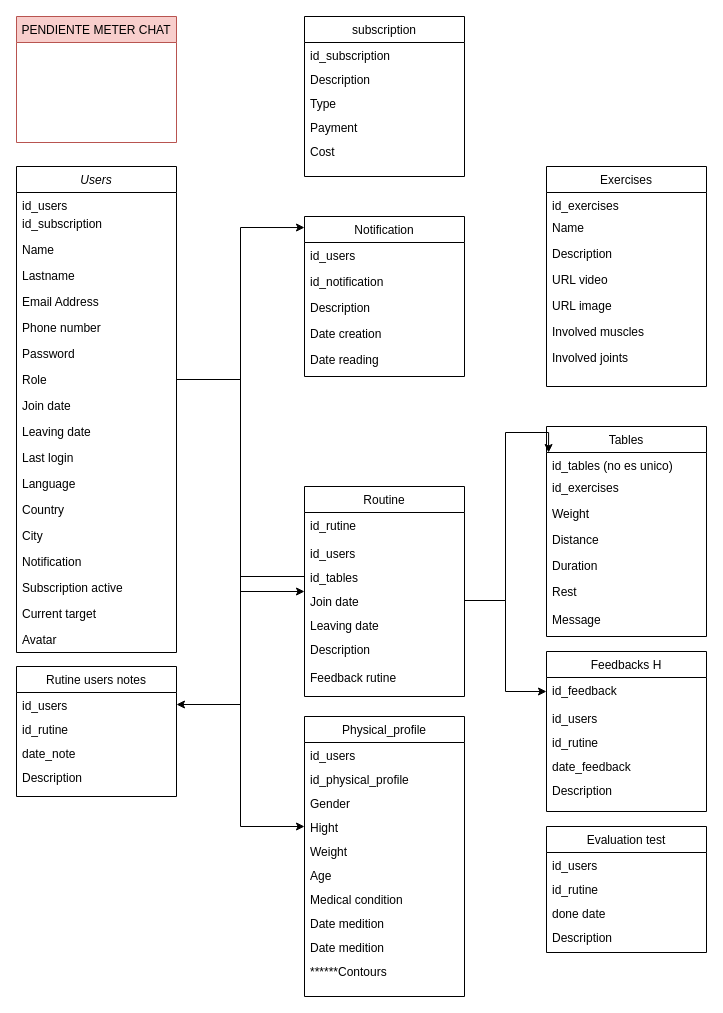
This is MarkFit-BD.drawio from xswt/MarcFitT, a draw.io file, before an edit. Source tidied: cells renumbered, new cells numbered last; positions are measured from the earlier drawing's top-left corner, leaving out a move shared by most shapes. Both pictures are drawn from the tidied source at 100%, with x=0, y=0 at pixel (16, 16).
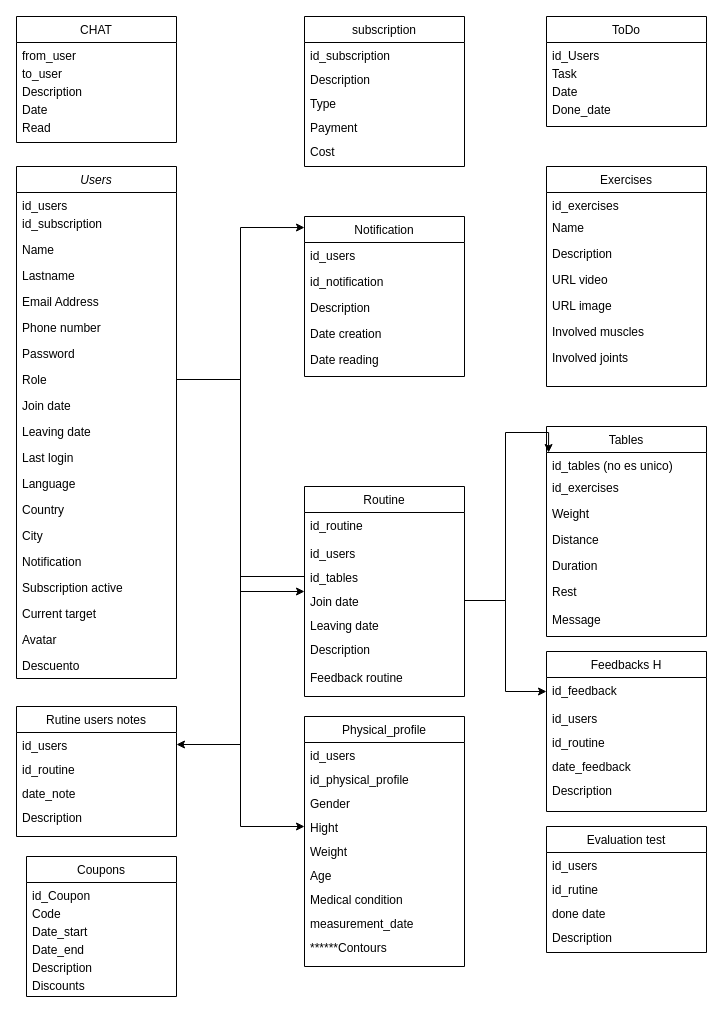
After the change.

The change refers to these unchanged cells:
```xml
<mxCell id="50" value="Routine" style="swimlane;fontStyle=0;align=center;verticalAlign=top;horizontal=1;startSize=26;rounded=0;shadow=0;strokeWidth=1;" parent="1" vertex="1">
  <mxGeometry x="288" y="470" width="160" height="210" as="geometry" />
</mxCell>
<mxCell id="77" value="Feedbacks H" style="swimlane;fontStyle=0;align=center;verticalAlign=top;horizontal=1;startSize=26;rounded=0;shadow=0;strokeWidth=1;" parent="1" vertex="1">
  <mxGeometry x="530" y="635" width="160" height="160" as="geometry" />
</mxCell>
```

Change to the diagram source:
```diff
@@
     <mxCell id="2" value="Users" style="swimlane;fontStyle=2;align=center;verticalAlign=top;horizontal=1;startSize=26;rounded=0;shadow=0;strokeWidth=1;" parent="1" vertex="1">
-      <mxGeometry y="150" width="160" height="486" as="geometry" />
+      <mxGeometry y="150" width="160" height="512" as="geometry" />
     </mxCell>
@@
+    <mxCell id="91" value="Descuento" style="text;align=left;verticalAlign=top;spacingLeft=4;spacingRight=4;overflow=hidden;" parent="2" vertex="1">
+      <mxGeometry y="486" width="160" height="26" as="geometry" />
+    </mxCell>
@@
     <mxCell id="29" value="subscription" style="swimlane;fontStyle=0;align=center;verticalAlign=top;horizontal=1;startSize=26;rounded=0;shadow=0;strokeWidth=1;" parent="1" vertex="1">
-      <mxGeometry x="288" width="160" height="160" as="geometry" />
+      <mxGeometry x="288" width="160" height="150" as="geometry" />
     </mxCell>
@@
-    <mxCell id="51" value="id_rutine" style="text;align=left;verticalAlign=top;spacingLeft=4;spacingRight=4;overflow=hidden;" parent="50" vertex="1">
+    <mxCell id="51" value="id_routine" style="text;align=left;verticalAlign=top;spacingLeft=4;spacingRight=4;overflow=hidden;" parent="50" vertex="1">
       <mxGeometry y="26" width="160" height="28" as="geometry" />
     </mxCell>
@@
-    <mxCell id="57" value="Feedback rutine" style="text;align=left;verticalAlign=top;spacingLeft=4;spacingRight=4;overflow=hidden;" parent="50" vertex="1">
+    <mxCell id="57" value="Feedback routine" style="text;align=left;verticalAlign=top;spacingLeft=4;spacingRight=4;overflow=hidden;" parent="50" vertex="1">
       <mxGeometry y="178" width="160" height="28" as="geometry" />
     </mxCell>
@@
     <mxCell id="60" value="Physical_profile" style="swimlane;fontStyle=0;align=center;verticalAlign=top;horizontal=1;startSize=26;rounded=0;shadow=0;strokeWidth=1;" parent="1" vertex="1">
-      <mxGeometry x="288" y="700" width="160" height="280" as="geometry" />
+      <mxGeometry x="288" y="700" width="160" height="250" as="geometry" />
     </mxCell>
@@
-    <mxCell id="68" value="Date medition" style="text;align=left;verticalAlign=top;spacingLeft=4;spacingRight=4;overflow=hidden;" parent="60" vertex="1">
+    <mxCell id="68" value="measurement_date" style="text;align=left;verticalAlign=top;spacingLeft=4;spacingRight=4;overflow=hidden;" parent="60" vertex="1">
       <mxGeometry y="194" width="160" height="24" as="geometry" />
     </mxCell>
-    <mxCell id="69" value="Date medition" style="text;align=left;verticalAlign=top;spacingLeft=4;spacingRight=4;overflow=hidden;" parent="60" vertex="1">
-      <mxGeometry y="218" width="160" height="24" as="geometry" />
-    </mxCell>
     <mxCell id="70" value="******Contours" style="text;align=left;verticalAlign=top;spacingLeft=4;spacingRight=4;overflow=hidden;" parent="60" vertex="1">
-      <mxGeometry y="242" width="160" height="24" as="geometry" />
+      <mxGeometry y="218" width="160" height="24" as="geometry" />
     </mxCell>
@@
-    <mxCell id="80" value="id_rutine" style="text;align=left;verticalAlign=top;spacingLeft=4;spacingRight=4;overflow=hidden;" parent="77" vertex="1">
+    <mxCell id="80" value="id_routine" style="text;align=left;verticalAlign=top;spacingLeft=4;spacingRight=4;overflow=hidden;" parent="77" vertex="1">
       <mxGeometry y="78" width="160" height="24" as="geometry" />
     </mxCell>
@@
     <mxCell id="83" value="Rutine users notes" style="swimlane;fontStyle=0;align=center;verticalAlign=top;horizontal=1;startSize=26;rounded=0;shadow=0;strokeWidth=1;" parent="1" vertex="1">
-      <mxGeometry y="650" width="160" height="130" as="geometry" />
+      <mxGeometry y="690" width="160" height="130" as="geometry" />
     </mxCell>
@@
-    <mxCell id="85" value="id_rutine" style="text;align=left;verticalAlign=top;spacingLeft=4;spacingRight=4;overflow=hidden;" parent="83" vertex="1">
+    <mxCell id="85" value="id_routine" style="text;align=left;verticalAlign=top;spacingLeft=4;spacingRight=4;overflow=hidden;" parent="83" vertex="1">
       <mxGeometry y="50" width="160" height="24" as="geometry" />
     </mxCell>
@@
-    <mxCell id="90" value="PENDIENTE METER CHAT" style="swimlane;fontStyle=0;align=center;verticalAlign=top;horizontal=1;startSize=26;rounded=0;shadow=0;strokeWidth=1;fillColor=#f8cecc;strokeColor=#b85450;" parent="1" vertex="1">
+    <mxCell id="90" value="CHAT" style="swimlane;fontStyle=0;align=center;verticalAlign=top;horizontal=1;startSize=26;rounded=0;shadow=0;strokeWidth=1;" parent="1" vertex="1">
       <mxGeometry width="160" height="126" as="geometry" />
     </mxCell>
+    <mxCell id="92" value="from_user" style="text;align=left;verticalAlign=top;spacingLeft=4;spacingRight=4;overflow=hidden;" parent="90" vertex="1">
+      <mxGeometry y="26" width="160" height="18" as="geometry" />
+    </mxCell>
+    <mxCell id="93" value="to_user" style="text;align=left;verticalAlign=top;spacingLeft=4;spacingRight=4;overflow=hidden;" parent="90" vertex="1">
+      <mxGeometry y="44" width="160" height="18" as="geometry" />
+    </mxCell>
+    <mxCell id="94" value="Description" style="text;align=left;verticalAlign=top;spacingLeft=4;spacingRight=4;overflow=hidden;" parent="90" vertex="1">
+      <mxGeometry y="62" width="160" height="18" as="geometry" />
+    </mxCell>
+    <mxCell id="95" value="Date" style="text;align=left;verticalAlign=top;spacingLeft=4;spacingRight=4;overflow=hidden;" parent="90" vertex="1">
+      <mxGeometry y="80" width="160" height="18" as="geometry" />
+    </mxCell>
+    <mxCell id="96" value="Read" style="text;align=left;verticalAlign=top;spacingLeft=4;spacingRight=4;overflow=hidden;" parent="90" vertex="1">
+      <mxGeometry y="98" width="160" height="18" as="geometry" />
+    </mxCell>
+    <mxCell id="97" value="ToDo" style="swimlane;fontStyle=0;align=center;verticalAlign=top;horizontal=1;startSize=26;rounded=0;shadow=0;strokeWidth=1;" parent="1" vertex="1">
+      <mxGeometry x="530" width="160" height="110" as="geometry" />
+    </mxCell>
+    <mxCell id="98" value="id_Users" style="text;align=left;verticalAlign=top;spacingLeft=4;spacingRight=4;overflow=hidden;" parent="97" vertex="1">
+      <mxGeometry y="26" width="160" height="18" as="geometry" />
+    </mxCell>
+    <mxCell id="99" value="Task" style="text;align=left;verticalAlign=top;spacingLeft=4;spacingRight=4;overflow=hidden;" parent="97" vertex="1">
+      <mxGeometry y="44" width="160" height="18" as="geometry" />
+    </mxCell>
+    <mxCell id="100" value="Date" style="text;align=left;verticalAlign=top;spacingLeft=4;spacingRight=4;overflow=hidden;" parent="97" vertex="1">
+      <mxGeometry y="62" width="160" height="18" as="geometry" />
+    </mxCell>
+    <mxCell id="101" value="Done_date" style="text;align=left;verticalAlign=top;spacingLeft=4;spacingRight=4;overflow=hidden;" parent="97" vertex="1">
+      <mxGeometry y="80" width="160" height="18" as="geometry" />
+    </mxCell>
+    <mxCell id="102" value="Coupons" style="swimlane;fontStyle=0;align=center;verticalAlign=top;horizontal=1;startSize=26;rounded=0;shadow=0;strokeWidth=1;" parent="1" vertex="1">
+      <mxGeometry x="10" y="840" width="150" height="140" as="geometry" />
+    </mxCell>
+    <mxCell id="103" value="id_Coupon" style="text;align=left;verticalAlign=top;spacingLeft=4;spacingRight=4;overflow=hidden;" parent="102" vertex="1">
+      <mxGeometry y="26" width="150" height="18" as="geometry" />
+    </mxCell>
+    <mxCell id="104" value="Code" style="text;align=left;verticalAlign=top;spacingLeft=4;spacingRight=4;overflow=hidden;" parent="102" vertex="1">
+      <mxGeometry y="44" width="150" height="18" as="geometry" />
+    </mxCell>
+    <mxCell id="105" value="Date_start" style="text;align=left;verticalAlign=top;spacingLeft=4;spacingRight=4;overflow=hidden;" parent="102" vertex="1">
+      <mxGeometry y="62" width="150" height="18" as="geometry" />
+    </mxCell>
+    <mxCell id="106" value="Date_end" style="text;align=left;verticalAlign=top;spacingLeft=4;spacingRight=4;overflow=hidden;" parent="102" vertex="1">
+      <mxGeometry y="80" width="150" height="18" as="geometry" />
+    </mxCell>
+    <mxCell id="107" value="Description" style="text;align=left;verticalAlign=top;spacingLeft=4;spacingRight=4;overflow=hidden;" parent="102" vertex="1">
+      <mxGeometry y="98" width="150" height="18" as="geometry" />
+    </mxCell>
+    <mxCell id="108" value="Discounts" style="text;align=left;verticalAlign=top;spacingLeft=4;spacingRight=4;overflow=hidden;" parent="102" vertex="1">
+      <mxGeometry y="116" width="150" height="18" as="geometry" />
+    </mxCell>
```
